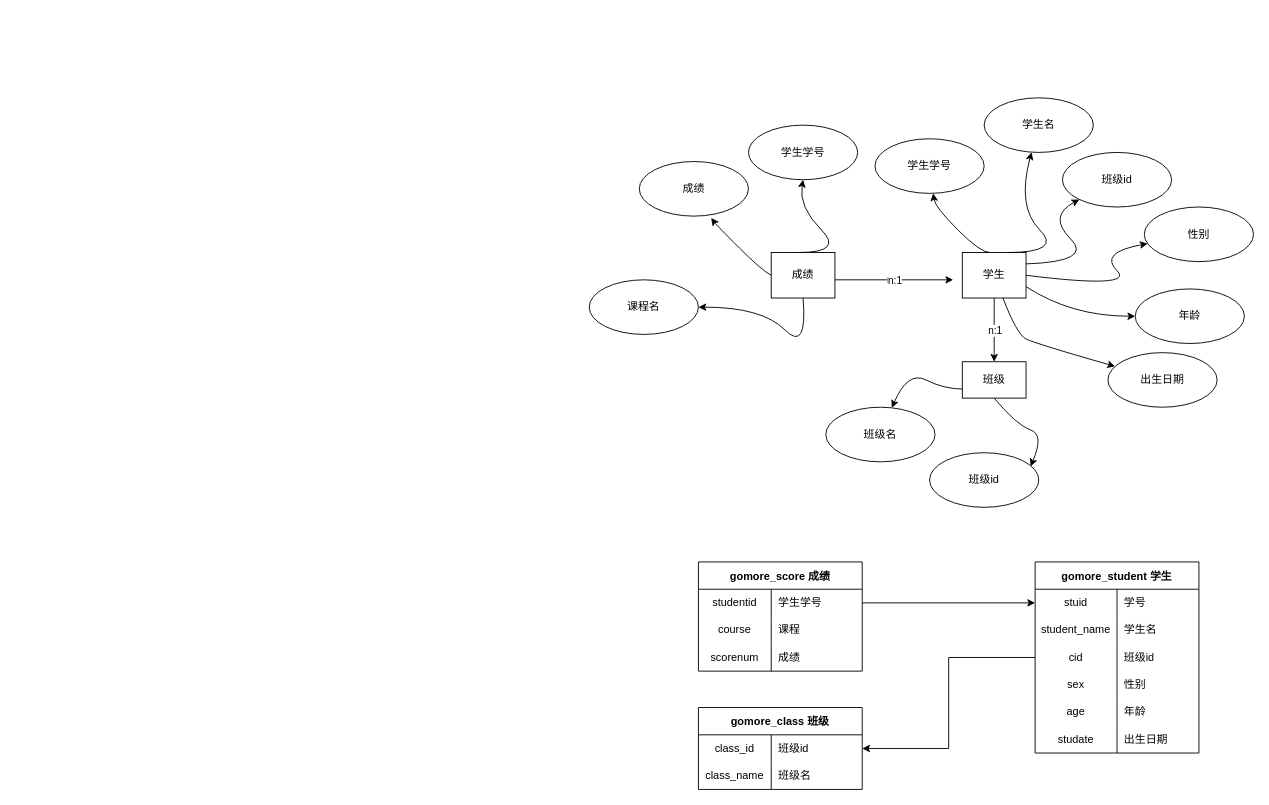
xuanyuan-jianzhu/T128zhujiajun keeps this draw.io diagram as 未命名绘图.drawio. Above is the earlier version. Source tidied: cells renumbered, new cells numbered last; positions are measured from the earlier drawing's top-left corner, leaving out a move shared by most shapes. Both pictures are drawn from the tidied source at 91%, with x=0, y=0 at pixel (589, 97).
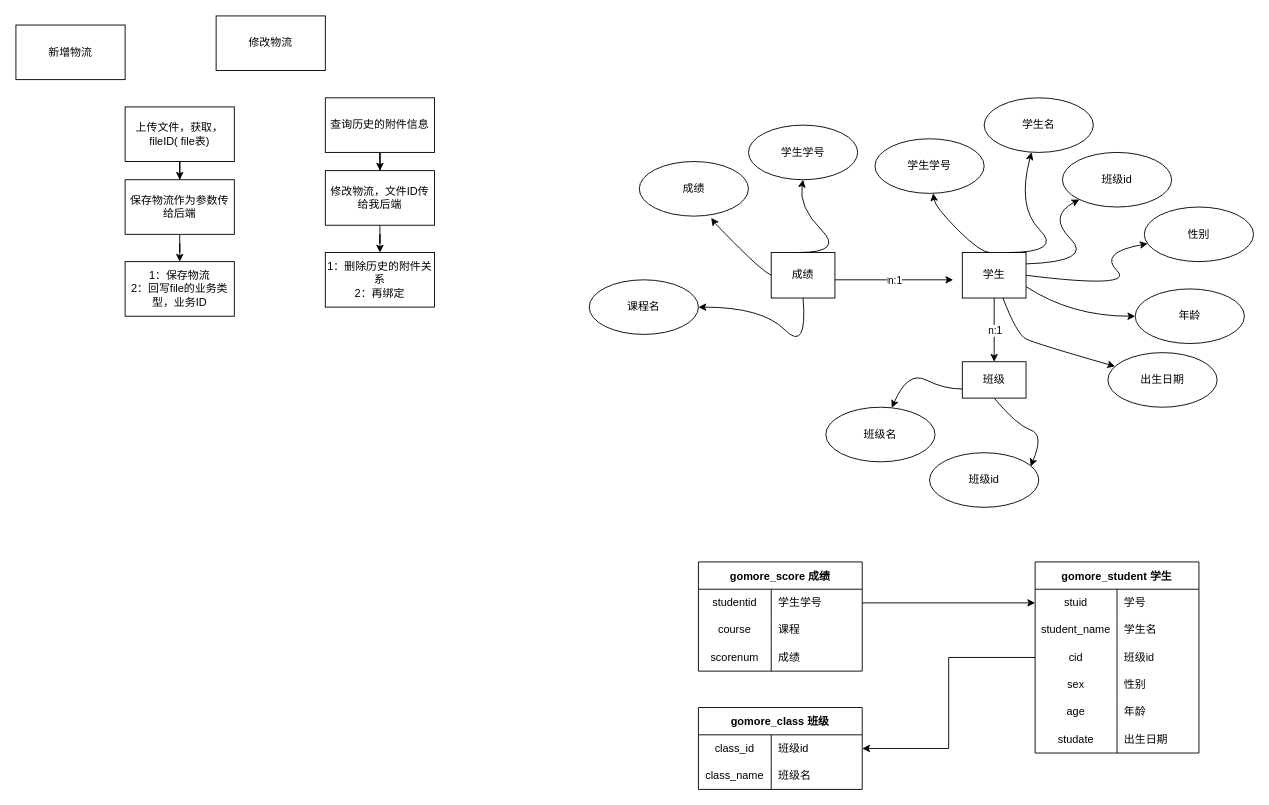
Above is the later version.

Commit message:
更新未命名绘图.drawio

The edit, as a diff of the source:
```diff
@@
+    <mxCell id="69" style="edgeStyle=orthogonalEdgeStyle;rounded=0;jettySize=auto;html=1;" parent="1" edge="1" source="70" target="72">
+      <mxGeometry relative="1" as="geometry" />
+    </mxCell>
+    <mxCell id="70" value="上传文件，获取，fileID( file表)" style="rounded=0;whiteSpace=wrap;html=1;" parent="1" vertex="1">
+      <mxGeometry x="-510" y="10" width="120" height="60" as="geometry" />
+    </mxCell>
+    <mxCell id="71" style="edgeStyle=orthogonalEdgeStyle;rounded=0;jettySize=auto;html=1;" parent="1" edge="1" source="72" target="73">
+      <mxGeometry relative="1" as="geometry" />
+    </mxCell>
+    <mxCell id="72" value="保存物流作为参数传给后端" style="rounded=0;whiteSpace=wrap;html=1;" parent="1" vertex="1">
+      <mxGeometry x="-510" y="90" width="120" height="60" as="geometry" />
+    </mxCell>
+    <mxCell id="73" value="1：保存物流&lt;br&gt;2：回写file的业务类型，业务ID" style="rounded=0;whiteSpace=wrap;html=1;" parent="1" vertex="1">
+      <mxGeometry x="-510" y="180" width="120" height="60" as="geometry" />
+    </mxCell>
+    <mxCell id="74" value="新增物流" style="rounded=0;whiteSpace=wrap;html=1;" parent="1" vertex="1">
+      <mxGeometry x="-630" y="-80" width="120" height="60" as="geometry" />
+    </mxCell>
+    <mxCell id="75" style="edgeStyle=orthogonalEdgeStyle;rounded=0;jettySize=auto;html=1;" parent="1" edge="1" source="76" target="78">
+      <mxGeometry relative="1" as="geometry" />
+    </mxCell>
+    <mxCell id="76" value="查询历史的附件信息" style="rounded=0;whiteSpace=wrap;html=1;" parent="1" vertex="1">
+      <mxGeometry x="-290" width="120" height="60" as="geometry" />
+    </mxCell>
+    <mxCell id="77" style="edgeStyle=orthogonalEdgeStyle;rounded=0;jettySize=auto;html=1;" parent="1" edge="1" source="78" target="79">
+      <mxGeometry relative="1" as="geometry" />
+    </mxCell>
+    <mxCell id="78" value="修改物流，文件ID传给我后端" style="rounded=0;whiteSpace=wrap;html=1;" parent="1" vertex="1">
+      <mxGeometry x="-290" y="80" width="120" height="60" as="geometry" />
+    </mxCell>
+    <mxCell id="79" value="1：删除历史的附件关系&lt;br&gt;2：再绑定" style="rounded=0;whiteSpace=wrap;html=1;" parent="1" vertex="1">
+      <mxGeometry x="-290" y="170" width="120" height="60" as="geometry" />
+    </mxCell>
+    <mxCell id="80" value="修改物流" style="rounded=0;whiteSpace=wrap;html=1;" parent="1" vertex="1">
+      <mxGeometry x="-410" y="-90" width="120" height="60" as="geometry" />
+    </mxCell>
```
